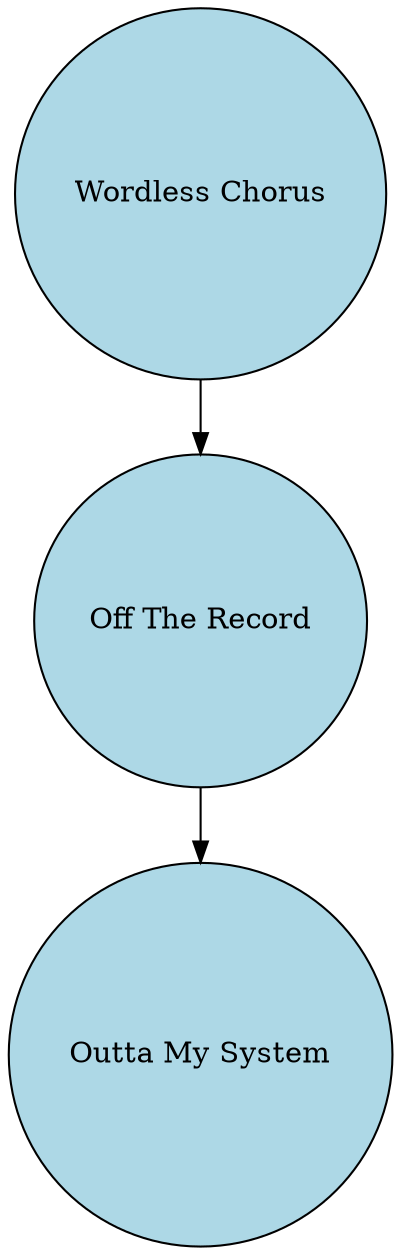
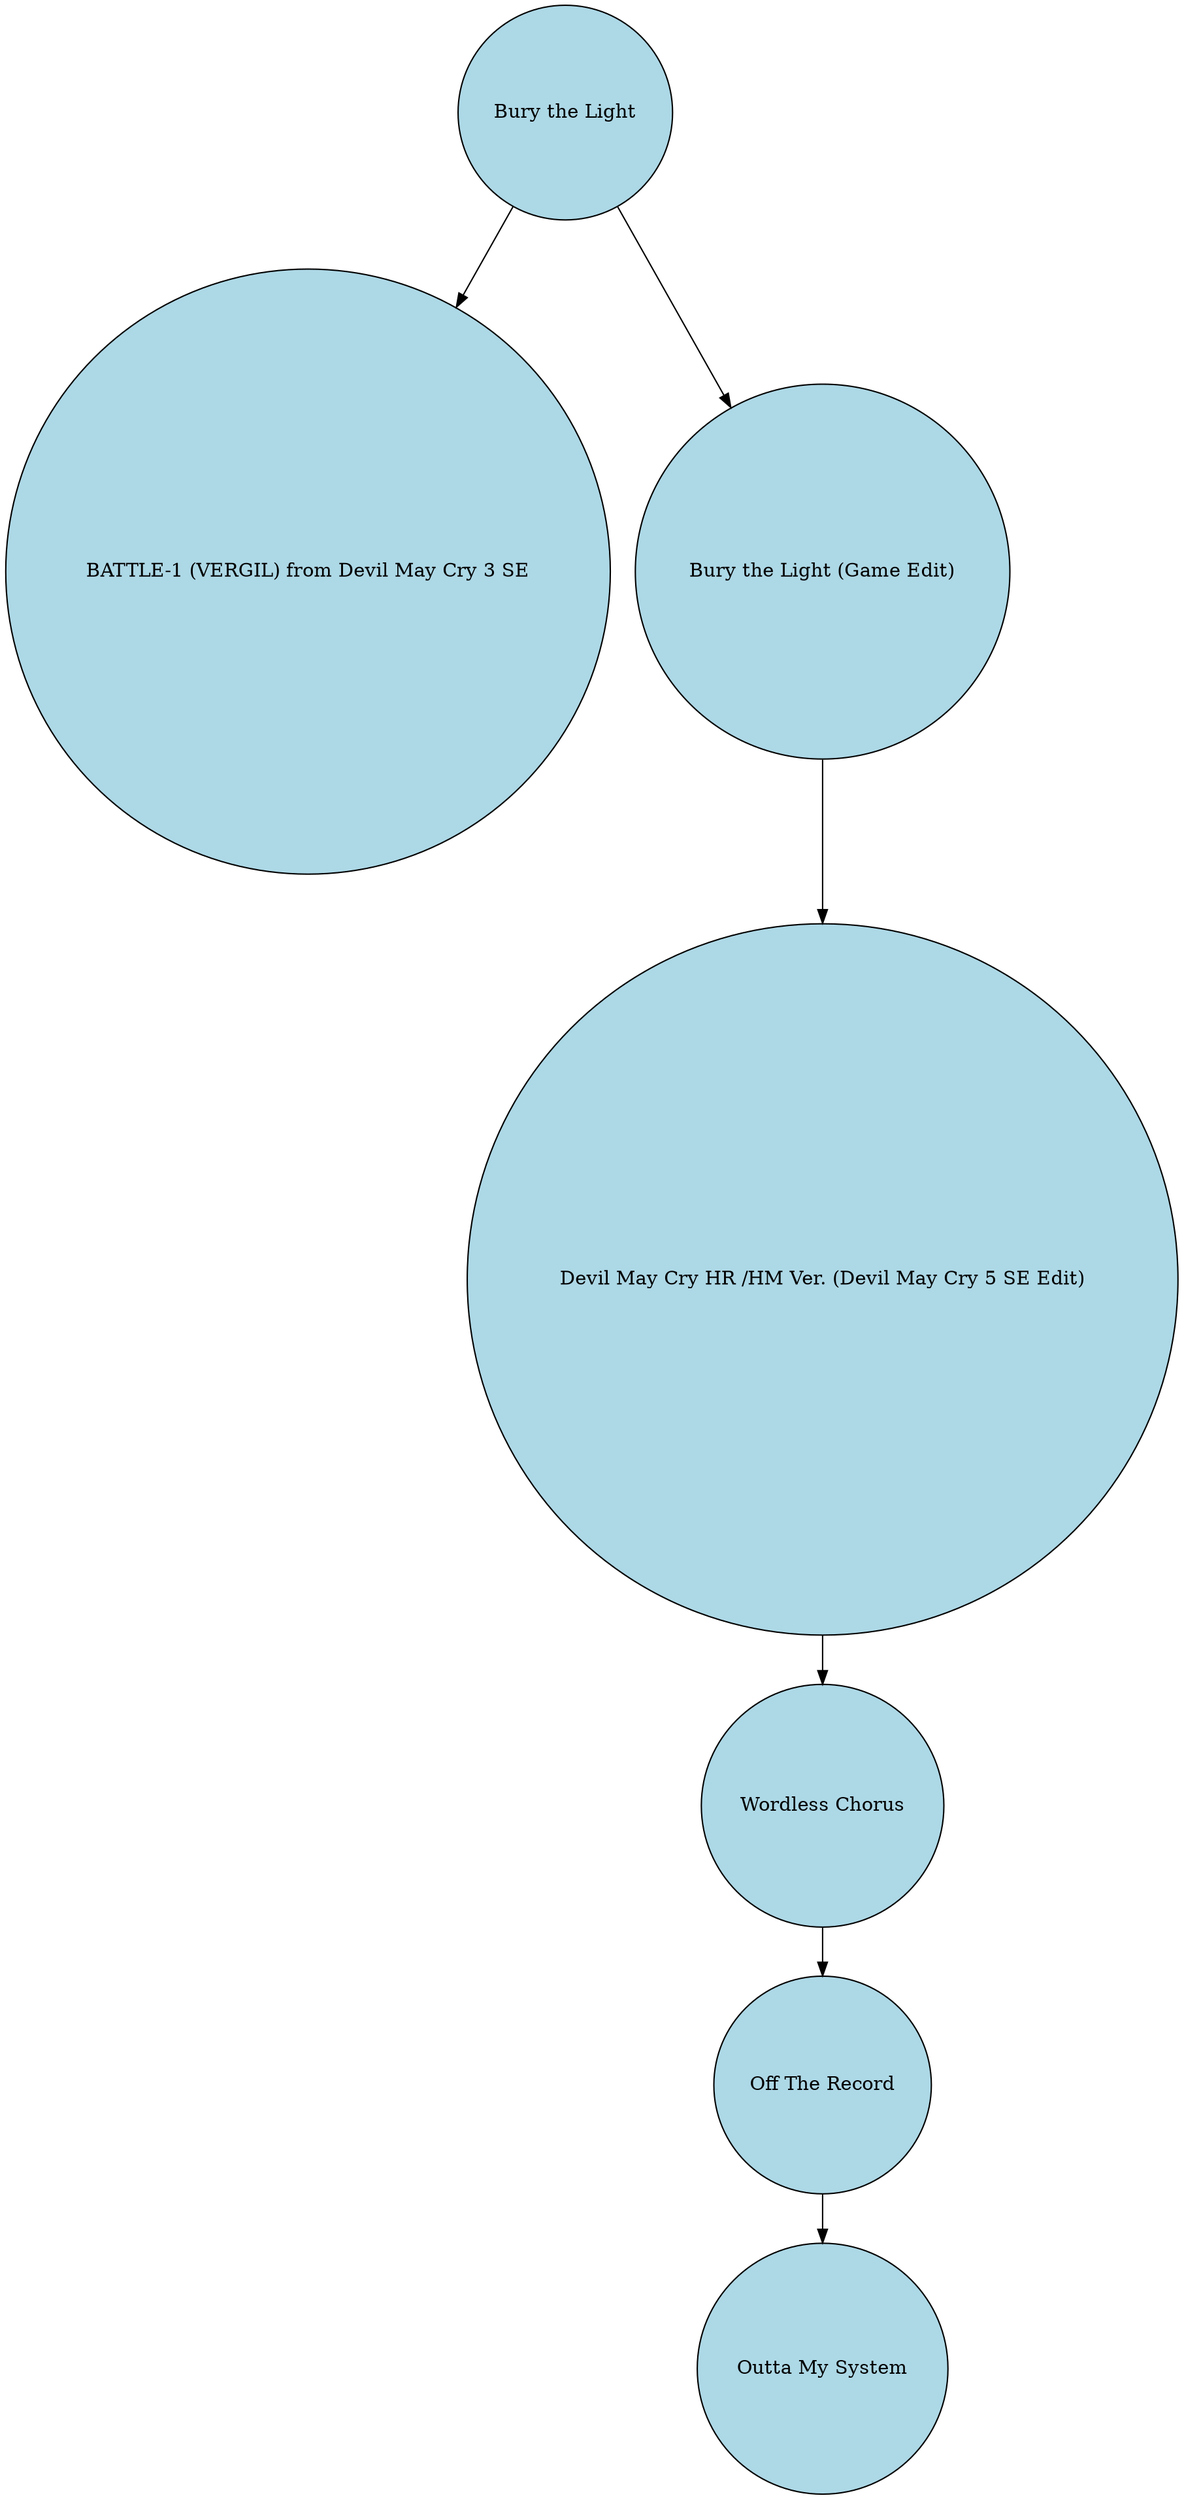
digraph ABB {
node [shape=circle, style=filled, fillcolor=lightblue];
+ "Bury the Light" -> "BATTLE-1 (VERGIL) from Devil May Cry 3 SE";
+ "BATTLE-1 (VERGIL) from Devil May Cry 3 SE";
+ "Bury the Light" -> "Bury the Light (Game Edit)";
+ "Bury the Light (Game Edit)" -> "Devil May Cry HR /HM Ver. (Devil May Cry 5 SE Edit)";
+ "Devil May Cry HR /HM Ver. (Devil May Cry 5 SE Edit)" -> "Wordless Chorus";
"Wordless Chorus" -> "Off The Record";
"Off The Record" -> "Outta My System";
"Outta My System";
}
